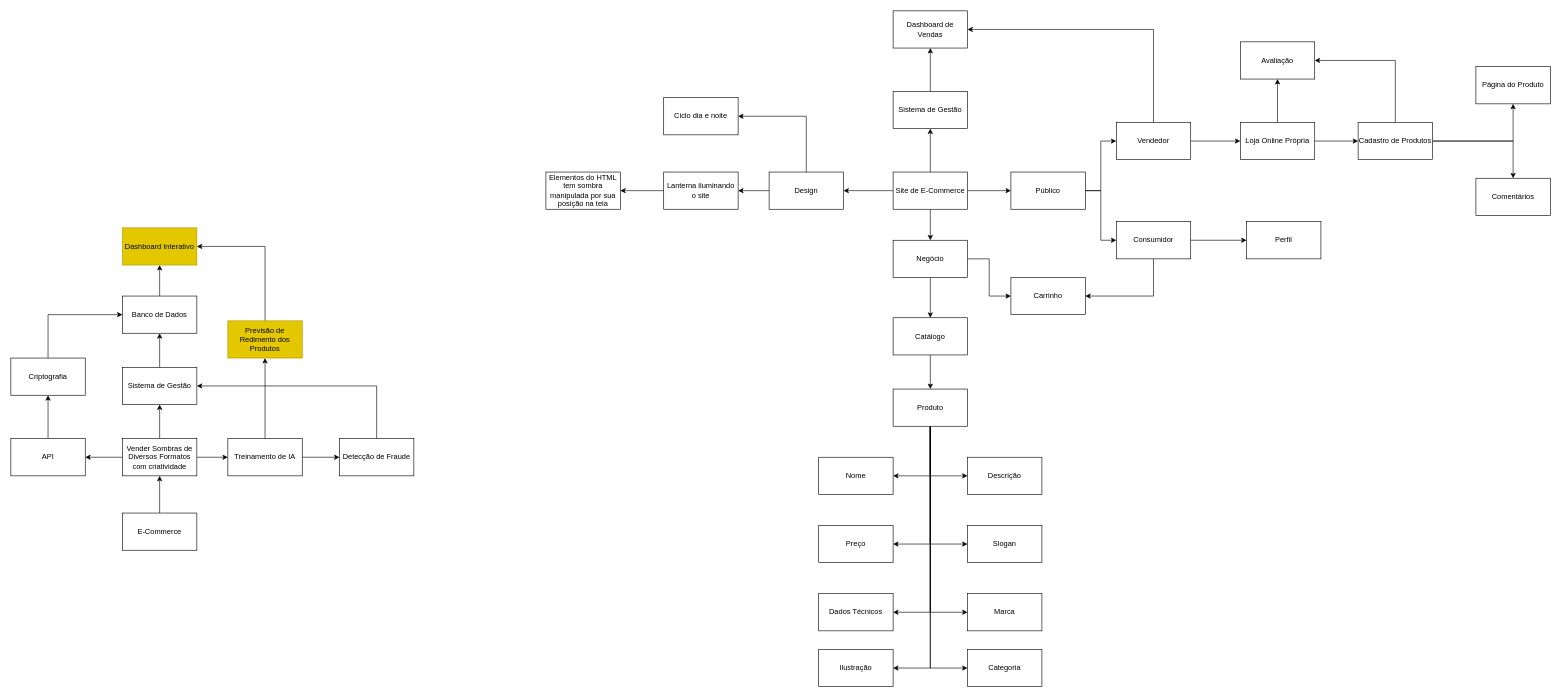
Earlier version of the draw.io diagram draft/MVP Project/PlanejamentoDoMVP.drawio (BernardoSeijasCavalcante/dark-spectrum). Source tidied: cells renumbered, new cells numbered last; positions are measured from the earlier drawing's top-left corner, leaving out a move shared by most shapes. Both pictures are drawn from the tidied source at 62%, with x=0, y=0 at pixel (11, 11).
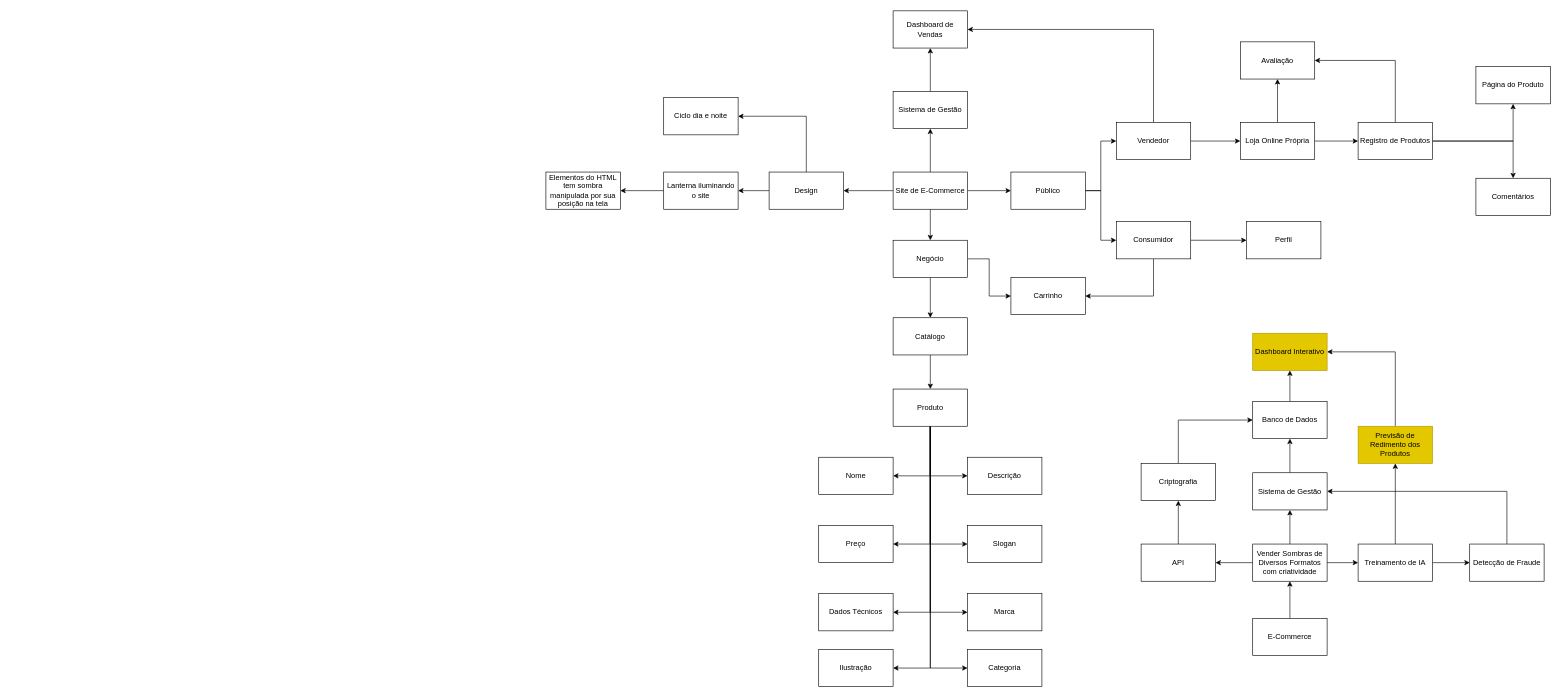
The same page after the edit.

Commit message (it also covers changes not shown here):
docs: Inicia planejamento do banco de dados

What changed in the source:
```diff
@@
-    <mxCell id="48" value="Cadastro de Produtos" style="rounded=0;whiteSpace=wrap;html=1;" parent="1" vertex="1">
+    <mxCell id="48" value="Registro de Produtos" style="rounded=0;whiteSpace=wrap;html=1;" parent="1" vertex="1">
       <mxGeometry x="2173" y="180" width="120" height="60" as="geometry" />
     </mxCell>
@@
     <mxCell id="61" value="E-Commerce" style="rounded=0;whiteSpace=wrap;html=1;" parent="1" vertex="1">
-      <mxGeometry x="180" y="810" width="120" height="60" as="geometry" />
+      <mxGeometry x="2003" y="980" width="120" height="60" as="geometry" />
     </mxCell>
@@
     <mxCell id="64" value="Treinamento de IA" style="rounded=0;whiteSpace=wrap;html=1;" parent="1" vertex="1">
-      <mxGeometry x="350" y="690" width="120" height="60" as="geometry" />
+      <mxGeometry x="2173" y="860" width="120" height="60" as="geometry" />
     </mxCell>
     <mxCell id="65" style="edgeStyle=orthogonalEdgeStyle;rounded=0;jettySize=auto;html=1;entryX=1;entryY=0.5;entryDx=0;entryDy=0;" parent="1" edge="1" source="66" target="72">
       <mxGeometry relative="1" as="geometry">
         <Array as="points">
-          <mxPoint x="590" y="605" />
+          <mxPoint x="2413" y="775" />
         </Array>
       </mxGeometry>
     </mxCell>
     <mxCell id="66" value="Detecção de Fraude" style="rounded=0;whiteSpace=wrap;html=1;" parent="1" vertex="1">
-      <mxGeometry x="530" y="690" width="120" height="60" as="geometry" />
+      <mxGeometry x="2353" y="860" width="120" height="60" as="geometry" />
     </mxCell>
@@
     <mxCell id="70" value="Vender Sombras de Diversos Formatos com criatividade" style="rounded=0;whiteSpace=wrap;html=1;" parent="1" vertex="1">
-      <mxGeometry x="180" y="690" width="120" height="60" as="geometry" />
+      <mxGeometry x="2003" y="860" width="120" height="60" as="geometry" />
     </mxCell>
@@
     <mxCell id="72" value="Sistema de Gestão" style="rounded=0;whiteSpace=wrap;html=1;" parent="1" vertex="1">
-      <mxGeometry x="180" y="575" width="120" height="60" as="geometry" />
+      <mxGeometry x="2003" y="745" width="120" height="60" as="geometry" />
     </mxCell>
@@
     <mxCell id="74" value="Banco de Dados" style="rounded=0;whiteSpace=wrap;html=1;" parent="1" vertex="1">
-      <mxGeometry x="180" y="460" width="120" height="60" as="geometry" />
+      <mxGeometry x="2003" y="630" width="120" height="60" as="geometry" />
     </mxCell>
     <mxCell id="75" value="Dashboard Interativo" style="rounded=0;whiteSpace=wrap;html=1;fillColor=#e3c800;fontColor=#000000;strokeColor=#B09500;" parent="1" vertex="1">
-      <mxGeometry x="180" y="350" width="120" height="60" as="geometry" />
+      <mxGeometry x="2003" y="520" width="120" height="60" as="geometry" />
     </mxCell>
@@
     <mxCell id="77" value="API" style="rounded=0;whiteSpace=wrap;html=1;" parent="1" vertex="1">
-      <mxGeometry y="690" width="120" height="60" as="geometry" />
+      <mxGeometry x="1823" y="860" width="120" height="60" as="geometry" />
     </mxCell>
     <mxCell id="78" style="edgeStyle=orthogonalEdgeStyle;rounded=0;jettySize=auto;html=1;entryX=0;entryY=0.5;entryDx=0;entryDy=0;" parent="1" edge="1" source="79" target="74">
       <mxGeometry relative="1" as="geometry">
         <Array as="points">
-          <mxPoint x="60" y="490" />
+          <mxPoint x="1883" y="660" />
         </Array>
       </mxGeometry>
     </mxCell>
     <mxCell id="79" value="Criptografia" style="rounded=0;whiteSpace=wrap;html=1;" parent="1" vertex="1">
-      <mxGeometry y="560" width="120" height="60" as="geometry" />
+      <mxGeometry x="1823" y="730" width="120" height="60" as="geometry" />
     </mxCell>
     <mxCell id="80" style="edgeStyle=orthogonalEdgeStyle;rounded=0;jettySize=auto;html=1;entryX=1;entryY=0.5;entryDx=0;entryDy=0;" parent="1" edge="1" source="81" target="75">
       <mxGeometry relative="1" as="geometry">
         <Array as="points">
-          <mxPoint x="410" y="380" />
+          <mxPoint x="2233" y="550" />
         </Array>
       </mxGeometry>
     </mxCell>
     <mxCell id="81" value="Previsão de Redimento dos Produtos" style="rounded=0;whiteSpace=wrap;html=1;fillColor=#e3c800;fontColor=#000000;strokeColor=#B09500;" parent="1" vertex="1">
-      <mxGeometry x="350" y="500" width="120" height="60" as="geometry" />
+      <mxGeometry x="2173" y="670" width="120" height="60" as="geometry" />
     </mxCell>
```
